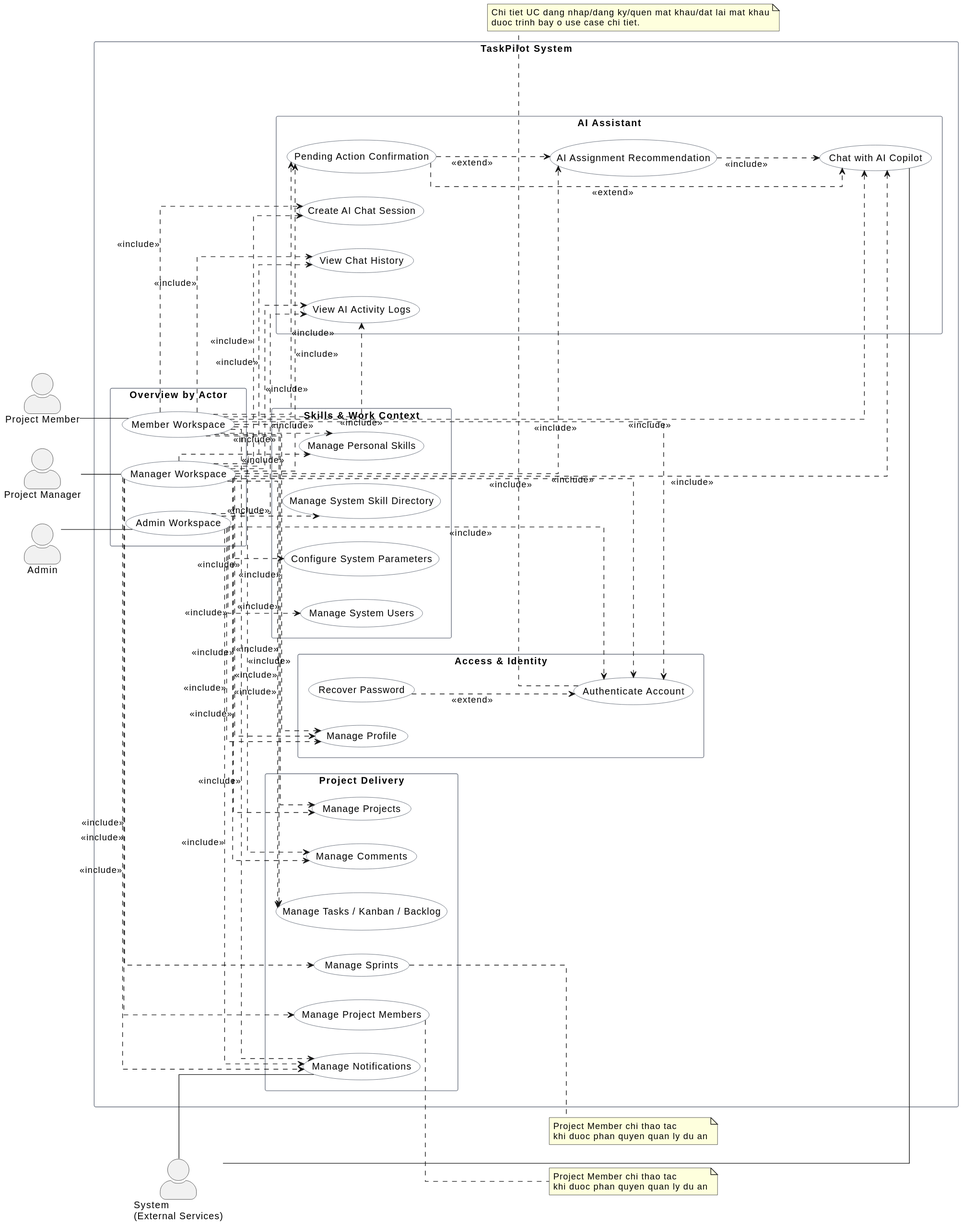
This is _incoming/asset/assets/sync-diagrams/use-case/use-case-system.svg from taskpilot-platform/report, a PlantUML export, as it was before one commit.
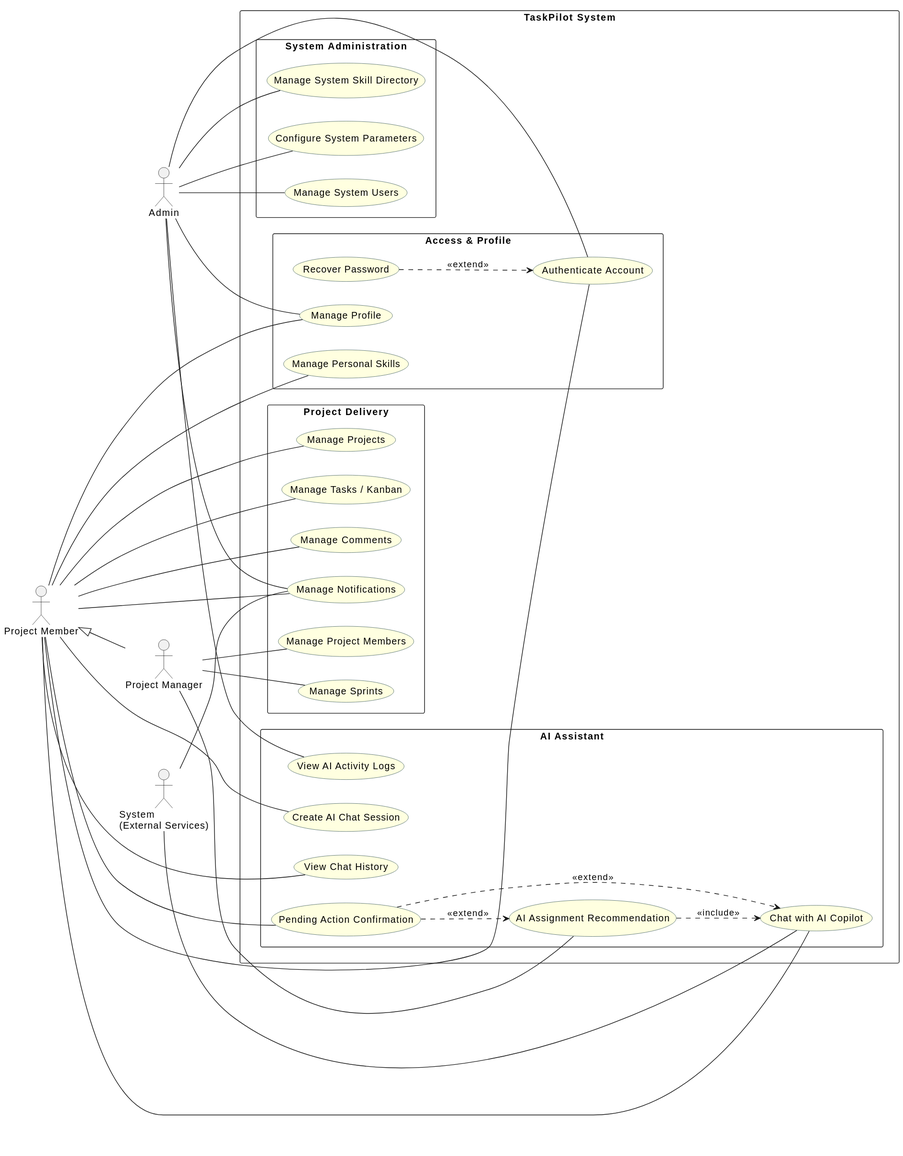
The same file after the commit.

Commit message:
fix(docs): redraw system overview usecase cleanly and remove actors from individual views

What changed in the source:
```diff
@@ -1,43 +1,37 @@
 @startuml
 left to right direction
-skinparam shadowing false
 skinparam packageStyle rectangle
-skinparam linetype ortho
-skinparam actorStyle awesome
 skinparam usecase {
-  BackgroundColor white
-  BorderColor #374151
-}
-skinparam rectangle {
-  BorderColor #6B7280
+  BackgroundColor LightYellow
+  BorderColor DarkSlateGray
 }
 
-actor "Admin" as Admin
+actor "Admin" as AD
+actor "Project Member" as MB
 actor "Project Manager" as PM
-actor "Project Member" as Member
 actor "System\n(External Services)" as SYS
 
+MB <|-- PM
+
 rectangle "TaskPilot System" {
+  package "System Administration" {
+    usecase "Configure System Parameters" as U_Config
+    usecase "Manage System Skill Directory" as U_SkillDir
+    usecase "Manage System Users" as U_SysUsers
+  }
 
-  package "Access & Identity" {
+  package "Access & Profile" {
     usecase "Authenticate Account" as U_Auth
     usecase "Recover Password" as U_Recovery
     usecase "Manage Profile" as U_Profile
-    U_Recovery ..> U_Auth : <<extend>>
-  }
-
-  package "Skills & Work Context" {
     usecase "Manage Personal Skills" as U_PSkills
-    usecase "Manage System Skill Directory" as U_SkillDir
-    usecase "Configure System Parameters" as U_Config
-    usecase "Manage System Users" as U_SysUsers
   }
 
   package "Project Delivery" {
     usecase "Manage Projects" as U_Projects
     usecase "Manage Project Members" as U_Members
     usecase "Manage Sprints" as U_Sprints
-    usecase "Manage Tasks / Kanban / Backlog" as U_Tasks
+    usecase "Manage Tasks / Kanban" as U_Tasks
     usecase "Manage Comments" as U_Comments
     usecase "Manage Notifications" as U_Noti
   }
@@ -49,74 +43,38 @@
     usecase "View AI Activity Logs" as U_AI_Logs
     usecase "AI Assignment Recommendation" as U_AI_Assign
     usecase "Pending Action Confirmation" as U_AI_Pending
-
-    U_AI_Assign ..> U_AI_Chat : <<include>>
-    U_AI_Pending ..> U_AI_Chat : <<extend>>
-    U_AI_Pending ..> U_AI_Assign : <<extend>>
-  }
-
-  package "Overview by Actor" {
-    usecase "Admin Workspace" as U_AdminWS
-    usecase "Manager Workspace" as U_PMWS
-    usecase "Member Workspace" as U_MemWS
-
-    U_AdminWS ..> U_Auth : <<include>>
-    U_AdminWS ..> U_Profile : <<include>>
-    U_AdminWS ..> U_Config : <<include>>
-    U_AdminWS ..> U_SkillDir : <<include>>
-    U_AdminWS ..> U_SysUsers : <<include>>
-    U_AdminWS ..> U_Noti : <<include>>
-    U_AdminWS ..> U_AI_Logs : <<include>>
-
-    U_PMWS ..> U_Auth : <<include>>
-    U_PMWS ..> U_Profile : <<include>>
-    U_PMWS ..> U_PSkills : <<include>>
-    U_PMWS ..> U_Projects : <<include>>
-    U_PMWS ..> U_Members : <<include>>
-    U_PMWS ..> U_Sprints : <<include>>
-    U_PMWS ..> U_Tasks : <<include>>
-    U_PMWS ..> U_Comments : <<include>>
-    U_PMWS ..> U_Noti : <<include>>
-    U_PMWS ..> U_AI_Session : <<include>>
-    U_PMWS ..> U_AI_Chat : <<include>>
-    U_PMWS ..> U_AI_History : <<include>>
-    U_PMWS ..> U_AI_Logs : <<include>>
-    U_PMWS ..> U_AI_Assign : <<include>>
-    U_PMWS ..> U_AI_Pending : <<include>>
-
-    U_MemWS ..> U_Auth : <<include>>
-    U_MemWS ..> U_Profile : <<include>>
-    U_MemWS ..> U_PSkills : <<include>>
-    U_MemWS ..> U_Projects : <<include>>
-    U_MemWS ..> U_Tasks : <<include>>
-    U_MemWS ..> U_Comments : <<include>>
-    U_MemWS ..> U_Noti : <<include>>
-    U_MemWS ..> U_AI_Session : <<include>>
-    U_MemWS ..> U_AI_Chat : <<include>>
-    U_MemWS ..> U_AI_History : <<include>>
-    U_MemWS ..> U_AI_Logs : <<include>>
-    U_MemWS ..> U_AI_Pending : <<include>>
   }
 }
 
-Admin -- U_AdminWS
-PM -- U_PMWS
-Member -- U_MemWS
+U_Recovery ..> U_Auth : <<extend>>
+U_AI_Assign ..> U_AI_Chat : <<include>>
+U_AI_Pending ..> U_AI_Chat : <<extend>>
+U_AI_Pending ..> U_AI_Assign : <<extend>>
+
+AD -- U_Config
+AD -- U_SkillDir
+AD -- U_SysUsers
+AD -- U_Auth
+AD -- U_Profile
+AD -- U_AI_Logs
+AD -- U_Noti
+
+MB -- U_Auth
+MB -- U_Profile
+MB -- U_PSkills
+MB -- U_Projects
+MB -- U_Tasks
+MB -- U_Comments
+MB -- U_Noti
+MB -- U_AI_Session
+MB -- U_AI_Chat
+MB -- U_AI_History
+MB -- U_AI_Pending
+
+PM -- U_Members
+PM -- U_Sprints
+PM -- U_AI_Assign
+
 SYS -- U_Noti
 SYS -- U_AI_Chat
-
-note right of U_Members
-Project Member chi thao tac
-khi duoc phan quyen quan ly du an
-end note
-
-note right of U_Sprints
-Project Member chi thao tac
-khi duoc phan quyen quan ly du an
-end note
-
-note bottom of U_Auth
-Chi tiet UC dang nhap/dang ky/quen mat khau/dat lai mat khau
-duoc trinh bay o use case chi tiet.
-end note
 @enduml
```
